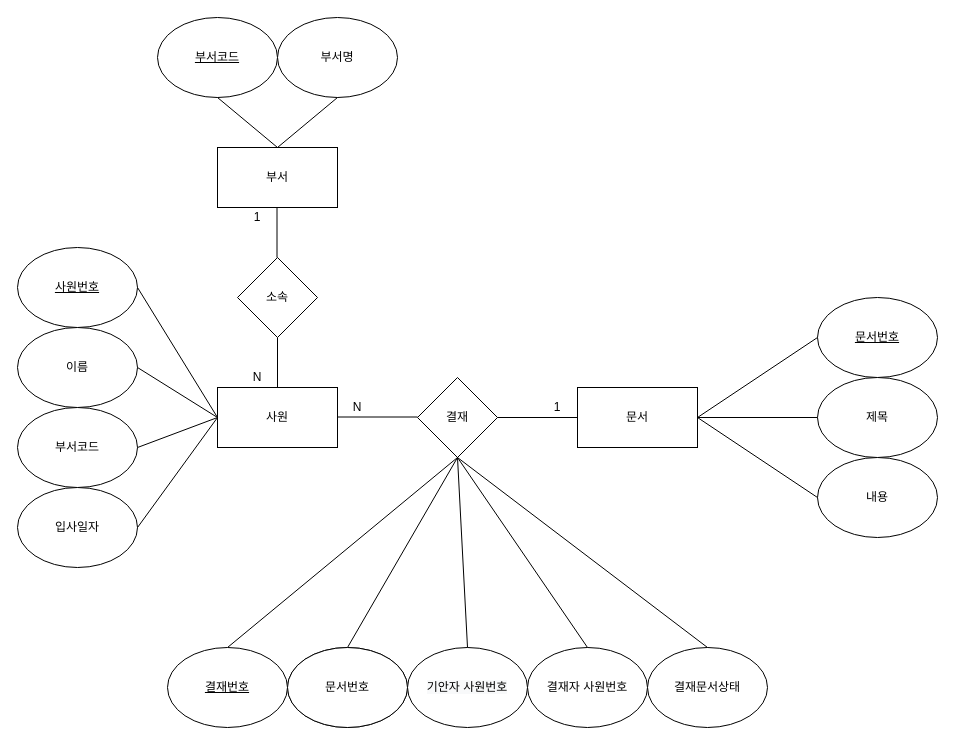
ReplaceMyBrain/Class keeps this draw.io diagram as DB/전자결재ERD/전자결재.drawio. Above is the earlier version. Source tidied: cells renumbered, new cells numbered last; positions are measured from the earlier drawing's top-left corner, leaving out a move shared by most shapes. Both pictures are drawn from the tidied source at 100%, with x=0, y=0 at pixel (17, 17).
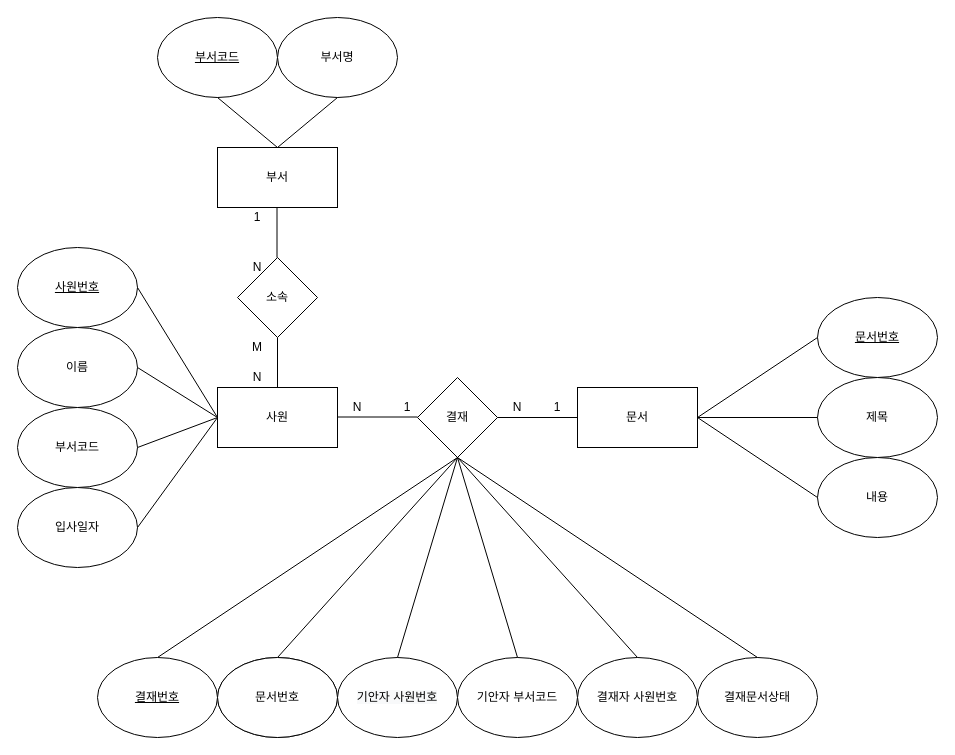
After the change.

The change refers to these unchanged cells:
```xml
<mxCell id="2" value="결재" style="rhombus;whiteSpace=wrap;html=1;" parent="1" vertex="1">
  <mxGeometry x="400" y="360" width="80" height="80" as="geometry" />
</mxCell>
```

The edit, as a diff of the source:
```diff
@@
     <mxCell id="29" style="ellipse;whiteSpace=wrap;html=1;" parent="1" vertex="1">
-      <mxGeometry x="270" y="630" width="120" height="80" as="geometry" />
+      <mxGeometry x="200" y="640" width="120" height="80" as="geometry" />
     </mxCell>
     <mxCell id="30" value="&#10;&#10;&lt;span style=&quot;color: rgb(0, 0, 0); font-family: helvetica; font-size: 12px; font-style: normal; font-weight: 400; letter-spacing: normal; text-align: center; text-indent: 0px; text-transform: none; word-spacing: 0px; background-color: rgb(248, 249, 250); display: inline; float: none;&quot;&gt;기안자 사원번호&lt;/span&gt;&#10;&#10;" style="ellipse;whiteSpace=wrap;html=1;" parent="1" vertex="1">
-      <mxGeometry x="390" y="630" width="120" height="80" as="geometry" />
+      <mxGeometry x="320" y="640" width="120" height="80" as="geometry" />
     </mxCell>
@@
     <mxCell id="33" value="&lt;span&gt;결재자 사원번호&lt;/span&gt;" style="ellipse;whiteSpace=wrap;html=1;" parent="1" vertex="1">
-      <mxGeometry x="510" y="630" width="120" height="80" as="geometry" />
+      <mxGeometry x="560" y="640" width="120" height="80" as="geometry" />
     </mxCell>
     <mxCell id="34" value="결재문서상태" style="ellipse;whiteSpace=wrap;html=1;" parent="1" vertex="1">
-      <mxGeometry x="630" y="630" width="120" height="80" as="geometry" />
+      <mxGeometry x="680" y="640" width="120" height="80" as="geometry" />
     </mxCell>
@@
     <mxCell id="37" value="문서번호" style="ellipse;whiteSpace=wrap;html=1;" parent="1" vertex="1">
-      <mxGeometry x="270" y="630" width="120" height="80" as="geometry" />
+      <mxGeometry x="200" y="640" width="120" height="80" as="geometry" />
     </mxCell>
@@
     <mxCell id="39" value="&lt;u&gt;결재번호&lt;/u&gt;" style="ellipse;whiteSpace=wrap;html=1;" parent="1" vertex="1">
-      <mxGeometry x="150" y="630" width="120" height="80" as="geometry" />
+      <mxGeometry x="80" y="640" width="120" height="80" as="geometry" />
     </mxCell>
@@
+    <mxCell id="44" value="N" style="text;html=1;strokeColor=none;fillColor=none;align=center;verticalAlign=middle;whiteSpace=wrap;rounded=0;" parent="1" vertex="1">
+      <mxGeometry x="480" y="380" width="40" height="20" as="geometry" />
+    </mxCell>
+    <mxCell id="45" value="1" style="text;html=1;strokeColor=none;fillColor=none;align=center;verticalAlign=middle;whiteSpace=wrap;rounded=0;" parent="1" vertex="1">
+      <mxGeometry x="370" y="380" width="40" height="20" as="geometry" />
+    </mxCell>
+    <mxCell id="46" value="M" style="text;html=1;strokeColor=none;fillColor=none;align=center;verticalAlign=middle;whiteSpace=wrap;rounded=0;" parent="1" vertex="1">
+      <mxGeometry x="220" y="320" width="40" height="20" as="geometry" />
+    </mxCell>
+    <mxCell id="47" value="N" style="text;html=1;strokeColor=none;fillColor=none;align=center;verticalAlign=middle;whiteSpace=wrap;rounded=0;" parent="1" vertex="1">
+      <mxGeometry x="220" y="240" width="40" height="20" as="geometry" />
+    </mxCell>
+    <mxCell id="48" value="기안자 부서코드" style="ellipse;whiteSpace=wrap;html=1;" parent="1" vertex="1">
+      <mxGeometry x="440" y="640" width="120" height="80" as="geometry" />
+    </mxCell>
+    <mxCell id="49" style="endArrow=none;html=1;entryX=0.5;entryY=0;entryDx=0;entryDy=0;exitX=0.5;exitY=1;exitDx=0;exitDy=0;" parent="1" edge="1" source="2" target="48">
+      <mxGeometry relative="1" as="geometry" />
+    </mxCell>
```
